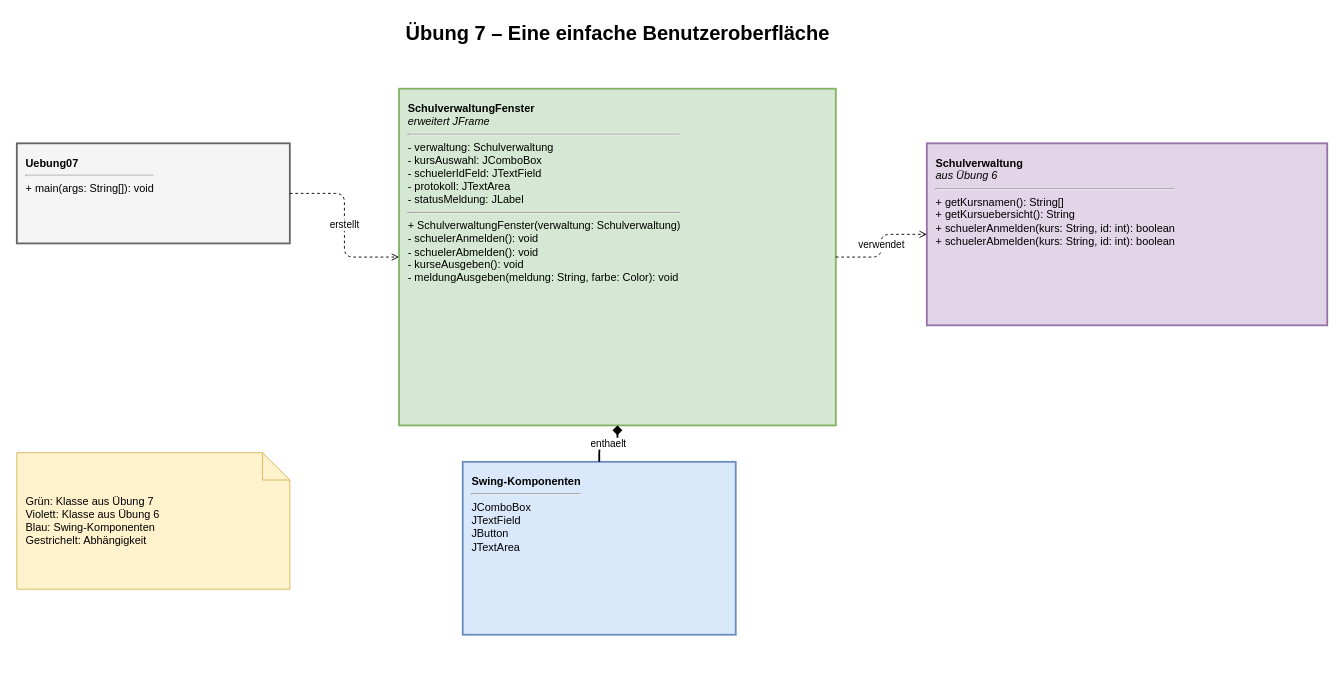
Before: diagramme/uebung07_benutzeroberflaeche.drawio in thehahue/oop, a draw.io diagram. Source tidied: cells renumbered, new cells numbered last; positions are measured from the earlier drawing's top-left corner, leaving out a move shared by most shapes. Both pictures are drawn from the tidied source at 91%, with x=0, y=0 at pixel (16, 15).
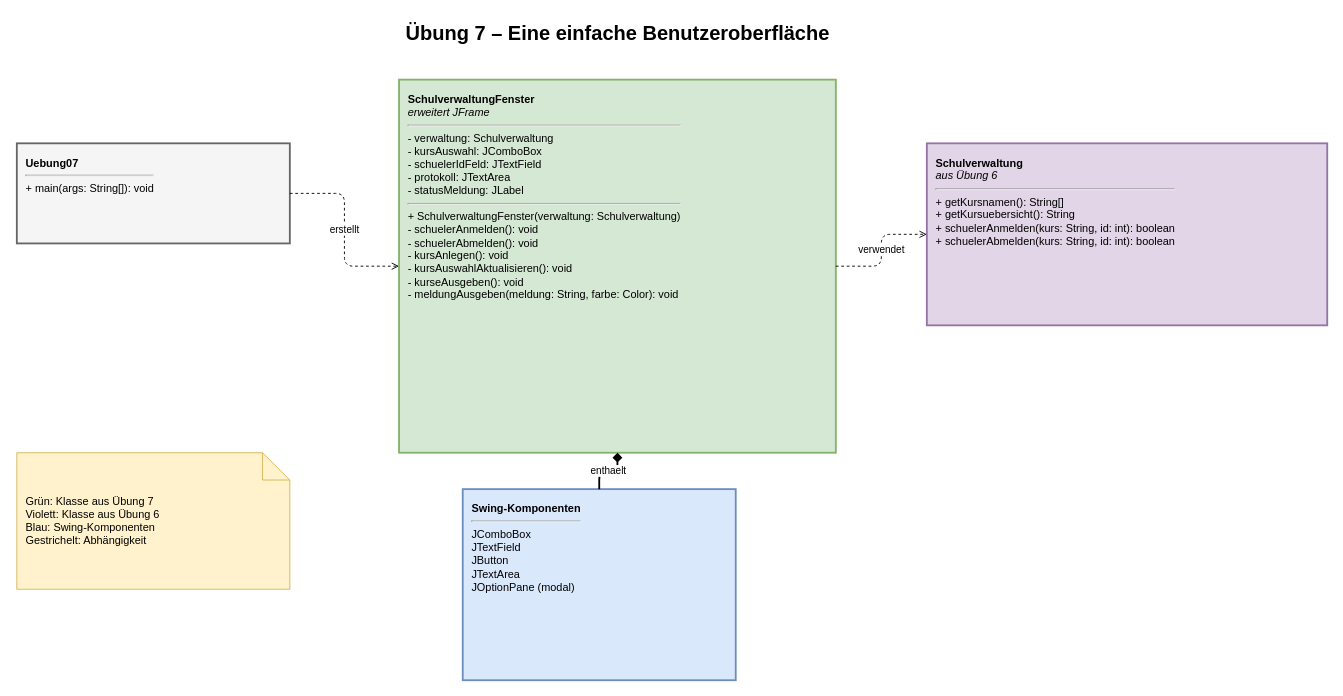
After the change.

Commit message (it also covers changes not shown here):
Solve exercise 7 task 4 with modal dialog

What changed in the source:
```diff
@@
 <mxGraphModel>
   <root>
     <mxCell id="0" />
     <mxCell id="1" parent="0" />
     <mxCell id="2" value="Übung 7 – Eine einfache Benutzeroberfläche" style="text;html=1;align=center;fontSize=22;fontStyle=1;" parent="1" vertex="1">
       <mxGeometry x="310" width="700" height="40" as="geometry" />
     </mxCell>
     <mxCell id="3" value="&lt;b&gt;Uebung07&lt;/b&gt;&lt;hr&gt;+ main(args: String[]): void" style="rounded=0;verticalAlign=top;spacingTop=8;html=1;strokeWidth=2;fillColor=#f5f5f5;strokeColor=#666666;align=left;spacingLeft=8;whiteSpace=wrap;" parent="1" vertex="1">
       <mxGeometry y="140" width="300" height="110" as="geometry" />
     </mxCell>
-    <mxCell id="4" value="&lt;b&gt;SchulverwaltungFenster&lt;/b&gt;&lt;br&gt;&lt;i&gt;erweitert JFrame&lt;/i&gt;&lt;hr&gt;- verwaltung: Schulverwaltung&lt;br&gt;- kursAuswahl: JComboBox&lt;br&gt;- schuelerIdFeld: JTextField&lt;br&gt;- protokoll: JTextArea&lt;br&gt;- statusMeldung: JLabel&lt;hr&gt;+ SchulverwaltungFenster(verwaltung: Schulverwaltung)&lt;br&gt;- schuelerAnmelden(): void&lt;br&gt;- schuelerAbmelden(): void&lt;br&gt;- kurseAusgeben(): void&lt;br&gt;- meldungAusgeben(meldung: String, farbe: Color): void" style="rounded=0;verticalAlign=top;spacingTop=8;html=1;strokeWidth=2;fillColor=#d5e8d4;strokeColor=#82b366;align=left;spacingLeft=8;whiteSpace=wrap;" parent="1" vertex="1">
-      <mxGeometry x="420" y="80" width="480" height="370" as="geometry" />
+    <mxCell id="4" value="&lt;b&gt;SchulverwaltungFenster&lt;/b&gt;&lt;br&gt;&lt;i&gt;erweitert JFrame&lt;/i&gt;&lt;hr&gt;- verwaltung: Schulverwaltung&lt;br&gt;- kursAuswahl: JComboBox&lt;br&gt;- schuelerIdFeld: JTextField&lt;br&gt;- protokoll: JTextArea&lt;br&gt;- statusMeldung: JLabel&lt;hr&gt;+ SchulverwaltungFenster(verwaltung: Schulverwaltung)&lt;br&gt;- schuelerAnmelden(): void&lt;br&gt;- schuelerAbmelden(): void&lt;br&gt;- kursAnlegen(): void&lt;br&gt;- kursAuswahlAktualisieren(): void&lt;br&gt;- kurseAusgeben(): void&lt;br&gt;- meldungAusgeben(meldung: String, farbe: Color): void" style="rounded=0;verticalAlign=top;spacingTop=8;html=1;strokeWidth=2;fillColor=#d5e8d4;strokeColor=#82b366;align=left;spacingLeft=8;whiteSpace=wrap;" parent="1" vertex="1">
+      <mxGeometry x="420" y="70" width="480" height="410" as="geometry" />
     </mxCell>
     <mxCell id="5" value="&lt;b&gt;Schulverwaltung&lt;/b&gt;&lt;br&gt;&lt;i&gt;aus Übung 6&lt;/i&gt;&lt;hr&gt;+ getKursnamen(): String[]&lt;br&gt;+ getKursuebersicht(): String&lt;br&gt;+ schuelerAnmelden(kurs: String, id: int): boolean&lt;br&gt;+ schuelerAbmelden(kurs: String, id: int): boolean" style="rounded=0;verticalAlign=top;spacingTop=8;html=1;strokeWidth=2;fillColor=#e1d5e7;strokeColor=#9673a6;align=left;spacingLeft=8;whiteSpace=wrap;" parent="1" vertex="1">
       <mxGeometry x="1000" y="140" width="440" height="200" as="geometry" />
     </mxCell>
-    <mxCell id="6" value="&lt;b&gt;Swing-Komponenten&lt;/b&gt;&lt;hr&gt;JComboBox&lt;br&gt;JTextField&lt;br&gt;JButton&lt;br&gt;JTextArea" style="rounded=0;verticalAlign=top;spacingTop=8;html=1;strokeWidth=2;fillColor=#dae8fc;strokeColor=#6c8ebf;align=left;spacingLeft=8;whiteSpace=wrap;" parent="1" vertex="1">
-      <mxGeometry x="490" y="490" width="300" height="190" as="geometry" />
+    <mxCell id="6" value="&lt;b&gt;Swing-Komponenten&lt;/b&gt;&lt;hr&gt;JComboBox&lt;br&gt;JTextField&lt;br&gt;JButton&lt;br&gt;JTextArea&lt;br&gt;JOptionPane (modal)" style="rounded=0;verticalAlign=top;spacingTop=8;html=1;strokeWidth=2;fillColor=#dae8fc;strokeColor=#6c8ebf;align=left;spacingLeft=8;whiteSpace=wrap;" parent="1" vertex="1">
+      <mxGeometry x="490" y="520" width="300" height="210" as="geometry" />
     </mxCell>
     <mxCell id="7" value="erstellt" style="edgeStyle=orthogonalEdgeStyle;html=1;dashed=1;endArrow=open;endFill=0;" parent="1" edge="1" source="3" target="4">
       <mxGeometry relative="1" as="geometry" />
     </mxCell>
     <mxCell id="8" value="verwendet" style="edgeStyle=orthogonalEdgeStyle;html=1;dashed=1;endArrow=open;endFill=0;" parent="1" edge="1" source="4" target="5">
       <mxGeometry relative="1" as="geometry" />
     </mxCell>
     <mxCell id="9" value="enthaelt" style="edgeStyle=orthogonalEdgeStyle;html=1;startArrow=diamond;startFill=1;endArrow=none;strokeWidth=2;" parent="1" edge="1" source="4" target="6">
       <mxGeometry relative="1" as="geometry" />
     </mxCell>
     <mxCell id="10" value="Grün: Klasse aus Übung 7&#10;Violett: Klasse aus Übung 6&#10;Blau: Swing-Komponenten&#10;Gestrichelt: Abhängigkeit" style="shape=note;whiteSpace=wrap;html=1;fillColor=#fff2cc;strokeColor=#d6b656;align=left;spacingLeft=8;" parent="1" vertex="1">
       <mxGeometry y="480" width="300" height="150" as="geometry" />
     </mxCell>
   </root>
 </mxGraphModel>
```
